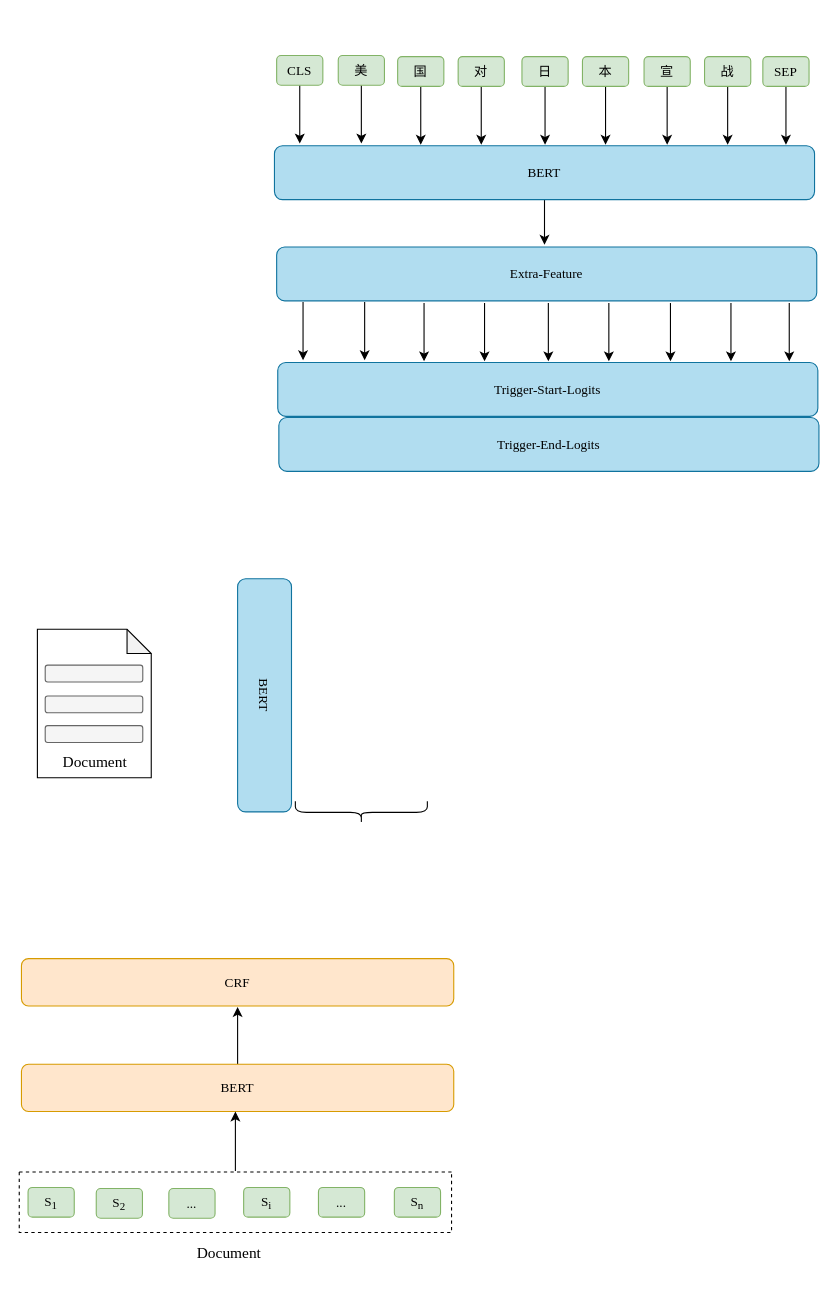
Above: page "第 2 页" (2 of 2) of 模型架构图.drawio in WindSearcher/draw_reposity (draw.io), before the change. Source tidied: cells renumbered, new cells numbered last; positions are measured from the earlier drawing's top-left corner, leaving out a move shared by most shapes. Both pictures are drawn from the tidied source at 110%, with x=0, y=0 at pixel (19, 55).
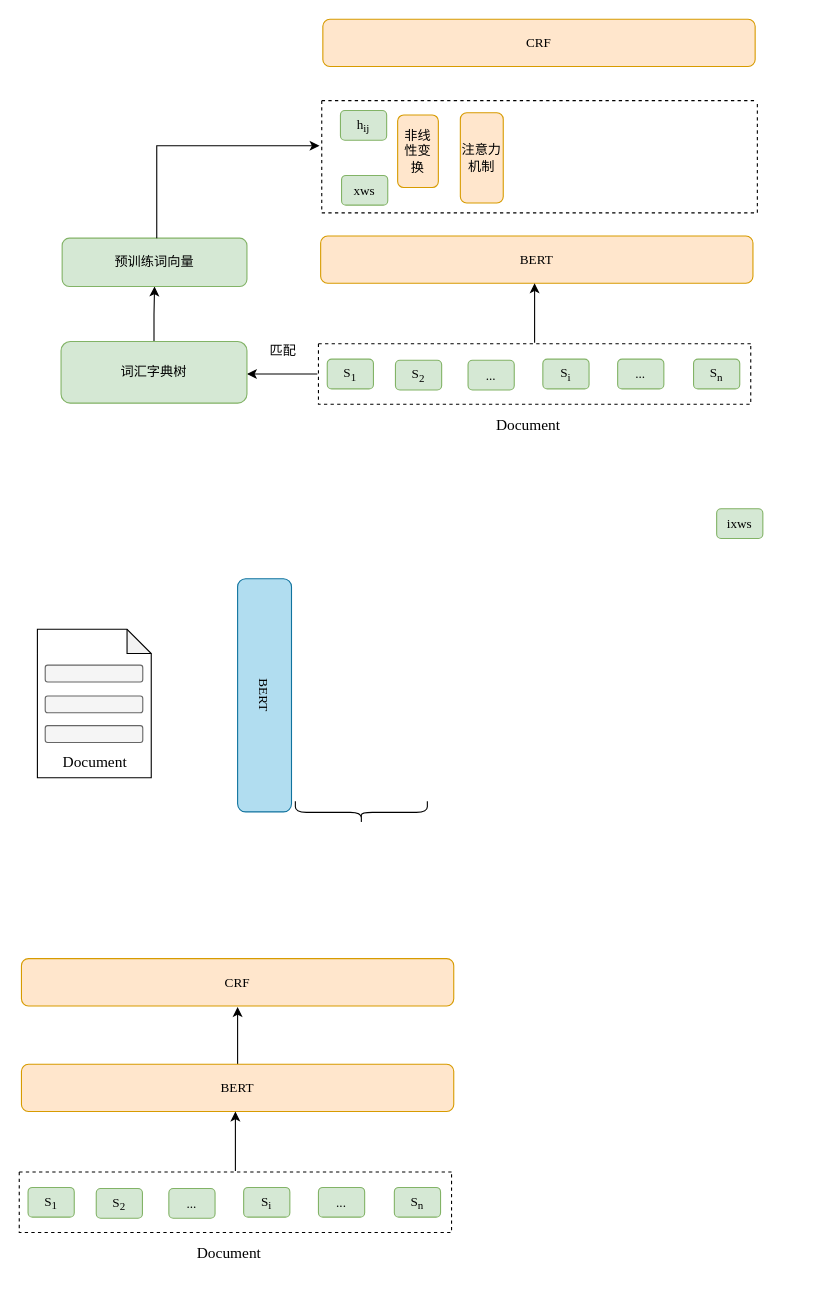
After the change.

Commit message:
模型架构图.drawio

The edit, as a diff of the source:
```diff
@@
-    <mxCell id="2" style="edgeStyle=orthogonalEdgeStyle;rounded=0;jettySize=auto;html=1;" parent="1" edge="1" source="3">
-      <mxGeometry relative="1" as="geometry">
-        <mxPoint x="477.5" y="172" as="targetPoint" />
-      </mxGeometry>
-    </mxCell>
-    <mxCell id="3" value="&lt;font face=&quot;Times New Roman&quot;&gt;BERT&lt;/font&gt;" style="rounded=1;whiteSpace=wrap;html=1;fillColor=#b1ddf0;strokeColor=#10739e;" parent="1" vertex="1">
-      <mxGeometry x="232" y="82" width="491" height="49" as="geometry" />
-    </mxCell>
-    <mxCell id="4" style="edgeStyle=orthogonalEdgeStyle;rounded=0;jettySize=auto;html=1;" parent="1" edge="1" source="5">
-      <mxGeometry relative="1" as="geometry">
-        <mxPoint x="255" y="80" as="targetPoint" />
-      </mxGeometry>
-    </mxCell>
-    <mxCell id="5" value="&lt;font face=&quot;Times New Roman&quot;&gt;CLS&lt;/font&gt;" style="rounded=1;whiteSpace=wrap;html=1;fillColor=#d5e8d4;strokeColor=#82b366;" parent="1" vertex="1">
-      <mxGeometry x="234" width="42" height="27" as="geometry" />
-    </mxCell>
-    <mxCell id="6" style="edgeStyle=orthogonalEdgeStyle;rounded=0;jettySize=auto;html=1;" parent="1" edge="1" source="7">
-      <mxGeometry relative="1" as="geometry">
-        <mxPoint x="311" y="80" as="targetPoint" />
-      </mxGeometry>
-    </mxCell>
-    <mxCell id="7" value="&lt;font face=&quot;Times New Roman&quot;&gt;美&lt;/font&gt;" style="rounded=1;whiteSpace=wrap;html=1;fillColor=#d5e8d4;strokeColor=#82b366;" parent="1" vertex="1">
-      <mxGeometry x="290" width="42" height="27" as="geometry" />
-    </mxCell>
-    <mxCell id="8" style="edgeStyle=orthogonalEdgeStyle;rounded=0;jettySize=auto;html=1;" parent="1" edge="1" source="9">
-      <mxGeometry relative="1" as="geometry">
-        <mxPoint x="365" y="81" as="targetPoint" />
-      </mxGeometry>
-    </mxCell>
-    <mxCell id="9" value="&lt;font face=&quot;Times New Roman&quot;&gt;国&lt;/font&gt;" style="rounded=1;whiteSpace=wrap;html=1;fillColor=#d5e8d4;strokeColor=#82b366;" parent="1" vertex="1">
-      <mxGeometry x="344" y="1" width="42" height="27" as="geometry" />
-    </mxCell>
-    <mxCell id="10" style="edgeStyle=orthogonalEdgeStyle;rounded=0;jettySize=auto;html=1;" parent="1" edge="1" source="11">
-      <mxGeometry relative="1" as="geometry">
-        <mxPoint x="420" y="81" as="targetPoint" />
-      </mxGeometry>
-    </mxCell>
-    <mxCell id="11" value="&lt;font face=&quot;Times New Roman&quot;&gt;对&lt;/font&gt;" style="rounded=1;whiteSpace=wrap;html=1;fillColor=#d5e8d4;strokeColor=#82b366;" parent="1" vertex="1">
-      <mxGeometry x="399" y="1" width="42" height="27" as="geometry" />
-    </mxCell>
-    <mxCell id="12" style="edgeStyle=orthogonalEdgeStyle;rounded=0;jettySize=auto;html=1;" parent="1" edge="1" source="13">
-      <mxGeometry relative="1" as="geometry">
-        <mxPoint x="478" y="81" as="targetPoint" />
-      </mxGeometry>
-    </mxCell>
-    <mxCell id="13" value="&lt;font face=&quot;Times New Roman&quot;&gt;日&lt;/font&gt;" style="rounded=1;whiteSpace=wrap;html=1;fillColor=#d5e8d4;strokeColor=#82b366;" parent="1" vertex="1">
-      <mxGeometry x="457" y="1" width="42" height="27" as="geometry" />
-    </mxCell>
-    <mxCell id="14" style="edgeStyle=orthogonalEdgeStyle;rounded=0;jettySize=auto;html=1;" parent="1" edge="1" source="15">
-      <mxGeometry relative="1" as="geometry">
-        <mxPoint x="533" y="81" as="targetPoint" />
-      </mxGeometry>
-    </mxCell>
-    <mxCell id="15" value="&lt;font face=&quot;Times New Roman&quot;&gt;本&lt;/font&gt;" style="rounded=1;whiteSpace=wrap;html=1;fillColor=#d5e8d4;strokeColor=#82b366;" parent="1" vertex="1">
-      <mxGeometry x="512" y="1" width="42" height="27" as="geometry" />
-    </mxCell>
-    <mxCell id="16" style="edgeStyle=orthogonalEdgeStyle;rounded=0;jettySize=auto;html=1;" parent="1" edge="1" source="17">
-      <mxGeometry relative="1" as="geometry">
-        <mxPoint x="589" y="81" as="targetPoint" />
-      </mxGeometry>
-    </mxCell>
-    <mxCell id="17" value="&lt;font face=&quot;Times New Roman&quot;&gt;宣&lt;/font&gt;" style="rounded=1;whiteSpace=wrap;html=1;fillColor=#d5e8d4;strokeColor=#82b366;" parent="1" vertex="1">
-      <mxGeometry x="568" y="1" width="42" height="27" as="geometry" />
-    </mxCell>
-    <mxCell id="18" style="edgeStyle=orthogonalEdgeStyle;rounded=0;jettySize=auto;html=1;" parent="1" edge="1" source="19">
-      <mxGeometry relative="1" as="geometry">
-        <mxPoint x="644" y="81" as="targetPoint" />
-      </mxGeometry>
-    </mxCell>
-    <mxCell id="19" value="&lt;font face=&quot;Times New Roman&quot;&gt;战&lt;/font&gt;" style="rounded=1;whiteSpace=wrap;html=1;fillColor=#d5e8d4;strokeColor=#82b366;" parent="1" vertex="1">
-      <mxGeometry x="623" y="1" width="42" height="27" as="geometry" />
-    </mxCell>
-    <mxCell id="20" style="edgeStyle=orthogonalEdgeStyle;rounded=0;jettySize=auto;html=1;" parent="1" edge="1" source="21">
-      <mxGeometry relative="1" as="geometry">
-        <mxPoint x="697" y="81" as="targetPoint" />
-      </mxGeometry>
-    </mxCell>
-    <mxCell id="21" value="&lt;font face=&quot;Times New Roman&quot;&gt;SEP&lt;/font&gt;" style="rounded=1;whiteSpace=wrap;html=1;fillColor=#d5e8d4;strokeColor=#82b366;" parent="1" vertex="1">
-      <mxGeometry x="676" y="1" width="42" height="27" as="geometry" />
-    </mxCell>
-    <mxCell id="22" value="&lt;font face=&quot;Times New Roman&quot;&gt;Extra-Feature&lt;/font&gt;" style="rounded=1;whiteSpace=wrap;html=1;fillColor=#b1ddf0;strokeColor=#10739e;" parent="1" vertex="1">
-      <mxGeometry x="234" y="174" width="491" height="49" as="geometry" />
-    </mxCell>
-    <mxCell id="23" value="&lt;font face=&quot;Times New Roman&quot;&gt;Trigger-Start-Logits&lt;/font&gt;" style="rounded=1;whiteSpace=wrap;html=1;fillColor=#b1ddf0;strokeColor=#10739e;" parent="1" vertex="1">
-      <mxGeometry x="235" y="279" width="491" height="49" as="geometry" />
-    </mxCell>
-    <mxCell id="24" style="edgeStyle=orthogonalEdgeStyle;rounded=0;orthogonalLoop=1;jettySize=auto;html=1;" parent="1" edge="1">
-      <mxGeometry relative="1" as="geometry">
-        <mxPoint x="258" y="224" as="sourcePoint" />
-        <mxPoint x="258" y="277" as="targetPoint" />
-      </mxGeometry>
-    </mxCell>
-    <mxCell id="25" style="edgeStyle=orthogonalEdgeStyle;rounded=0;orthogonalLoop=1;jettySize=auto;html=1;" parent="1" edge="1">
-      <mxGeometry relative="1" as="geometry">
-        <mxPoint x="314" y="224" as="sourcePoint" />
-        <mxPoint x="314" y="277" as="targetPoint" />
-      </mxGeometry>
-    </mxCell>
-    <mxCell id="26" style="edgeStyle=orthogonalEdgeStyle;rounded=0;orthogonalLoop=1;jettySize=auto;html=1;" parent="1" edge="1">
-      <mxGeometry relative="1" as="geometry">
-        <mxPoint x="368" y="225" as="sourcePoint" />
-        <mxPoint x="368" y="278" as="targetPoint" />
-      </mxGeometry>
-    </mxCell>
-    <mxCell id="27" style="edgeStyle=orthogonalEdgeStyle;rounded=0;orthogonalLoop=1;jettySize=auto;html=1;" parent="1" edge="1">
-      <mxGeometry relative="1" as="geometry">
-        <mxPoint x="423" y="225" as="sourcePoint" />
-        <mxPoint x="423" y="278" as="targetPoint" />
-      </mxGeometry>
-    </mxCell>
-    <mxCell id="28" style="edgeStyle=orthogonalEdgeStyle;rounded=0;orthogonalLoop=1;jettySize=auto;html=1;" parent="1" edge="1">
-      <mxGeometry relative="1" as="geometry">
-        <mxPoint x="481" y="225" as="sourcePoint" />
-        <mxPoint x="481" y="278" as="targetPoint" />
-      </mxGeometry>
-    </mxCell>
-    <mxCell id="29" style="edgeStyle=orthogonalEdgeStyle;rounded=0;orthogonalLoop=1;jettySize=auto;html=1;" parent="1" edge="1">
-      <mxGeometry relative="1" as="geometry">
-        <mxPoint x="536" y="225" as="sourcePoint" />
-        <mxPoint x="536" y="278" as="targetPoint" />
-      </mxGeometry>
-    </mxCell>
-    <mxCell id="30" style="edgeStyle=orthogonalEdgeStyle;rounded=0;orthogonalLoop=1;jettySize=auto;html=1;" parent="1" edge="1">
-      <mxGeometry relative="1" as="geometry">
-        <mxPoint x="592" y="225" as="sourcePoint" />
-        <mxPoint x="592" y="278" as="targetPoint" />
-      </mxGeometry>
-    </mxCell>
-    <mxCell id="31" style="edgeStyle=orthogonalEdgeStyle;rounded=0;orthogonalLoop=1;jettySize=auto;html=1;" parent="1" edge="1">
-      <mxGeometry relative="1" as="geometry">
-        <mxPoint x="647" y="225" as="sourcePoint" />
-        <mxPoint x="647" y="278" as="targetPoint" />
-      </mxGeometry>
-    </mxCell>
-    <mxCell id="32" style="edgeStyle=orthogonalEdgeStyle;rounded=0;orthogonalLoop=1;jettySize=auto;html=1;" parent="1" edge="1">
-      <mxGeometry relative="1" as="geometry">
-        <mxPoint x="700" y="225" as="sourcePoint" />
-        <mxPoint x="700" y="278" as="targetPoint" />
-      </mxGeometry>
-    </mxCell>
-    <mxCell id="33" value="&lt;font face=&quot;Times New Roman&quot;&gt;Trigger-End-Logits&lt;/font&gt;" style="rounded=1;whiteSpace=wrap;html=1;fillColor=#b1ddf0;strokeColor=#10739e;" parent="1" vertex="1">
-      <mxGeometry x="236" y="329" width="491" height="49" as="geometry" />
-    </mxCell>
@@
+    <mxCell id="53" value="&lt;font style=&quot;font-size: 14px;&quot; face=&quot;Times New Roman&quot;&gt;Document&lt;/font&gt;" style="text;strokeColor=none;align=center;fillColor=none;html=1;verticalAlign=middle;whiteSpace=wrap;rounded=0;" parent="1" vertex="1">
+      <mxGeometry x="433" y="322" width="60" height="30" as="geometry" />
+    </mxCell>
+    <mxCell id="3" value="&lt;font face=&quot;Times New Roman&quot;&gt;BERT&lt;/font&gt;" style="rounded=1;whiteSpace=wrap;html=1;fillColor=#ffe6cc;strokeColor=#d79b00;rotation=0;" parent="1" vertex="1">
+      <mxGeometry x="274" y="164" width="393" height="43" as="geometry" />
+    </mxCell>
+    <mxCell id="54" value="&lt;font face=&quot;Times New Roman&quot;&gt;S&lt;sub&gt;1&lt;/sub&gt;&lt;/font&gt;" style="rounded=1;whiteSpace=wrap;html=1;fillColor=#d5e8d4;strokeColor=#82b366;" parent="1" vertex="1">
+      <mxGeometry x="280" y="276" width="42" height="27" as="geometry" />
+    </mxCell>
+    <mxCell id="55" value="&lt;font face=&quot;Times New Roman&quot;&gt;S&lt;sub&gt;2&lt;/sub&gt;&lt;/font&gt;" style="rounded=1;whiteSpace=wrap;html=1;fillColor=#d5e8d4;strokeColor=#82b366;" parent="1" vertex="1">
+      <mxGeometry x="342" y="277" width="42" height="27" as="geometry" />
+    </mxCell>
+    <mxCell id="56" value="&lt;font face=&quot;Times New Roman&quot;&gt;...&lt;/font&gt;" style="rounded=1;whiteSpace=wrap;html=1;fillColor=#d5e8d4;strokeColor=#82b366;" parent="1" vertex="1">
+      <mxGeometry x="408" y="277" width="42" height="27" as="geometry" />
+    </mxCell>
+    <mxCell id="57" value="&lt;font face=&quot;Times New Roman&quot;&gt;S&lt;sub&gt;i&lt;/sub&gt;&lt;/font&gt;" style="rounded=1;whiteSpace=wrap;html=1;fillColor=#d5e8d4;strokeColor=#82b366;" parent="1" vertex="1">
+      <mxGeometry x="476" y="276" width="42" height="27" as="geometry" />
+    </mxCell>
+    <mxCell id="58" value="&lt;font face=&quot;Times New Roman&quot;&gt;S&lt;sub&gt;n&lt;/sub&gt;&lt;/font&gt;" style="rounded=1;whiteSpace=wrap;html=1;fillColor=#d5e8d4;strokeColor=#82b366;" parent="1" vertex="1">
+      <mxGeometry x="613" y="276" width="42" height="27" as="geometry" />
+    </mxCell>
+    <mxCell id="59" value="&lt;font face=&quot;Times New Roman&quot;&gt;...&lt;/font&gt;" style="rounded=1;whiteSpace=wrap;html=1;fillColor=#d5e8d4;strokeColor=#82b366;" parent="1" vertex="1">
+      <mxGeometry x="544" y="276" width="42" height="27" as="geometry" />
+    </mxCell>
+    <mxCell id="60" style="edgeStyle=orthogonalEdgeStyle;rounded=0;jettySize=auto;html=1;" parent="1" edge="1" source="62">
+      <mxGeometry relative="1" as="geometry">
+        <mxPoint x="468.5" y="207" as="targetPoint" />
+      </mxGeometry>
+    </mxCell>
+    <mxCell id="61" style="edgeStyle=orthogonalEdgeStyle;rounded=0;jettySize=auto;html=1;exitX=0;exitY=0.5;exitDx=0;exitDy=0;" parent="1" edge="1" source="62">
+      <mxGeometry relative="1" as="geometry">
+        <mxPoint x="207" y="289.5" as="targetPoint" />
+      </mxGeometry>
+    </mxCell>
+    <mxCell id="62" style="swimlane;startSize=0;fontFamily=Times New Roman;fontSize=1;fontStyle=0;strokeColor=#000000;dashed=1;perimeterSpacing=1;fillColor=#f8cecc;gradientColor=#ea6b66;swimlaneLine=1;" parent="1" vertex="1">
+      <mxGeometry x="272" y="262" width="393" height="55" as="geometry" />
+    </mxCell>
+    <mxCell id="63" value="&lt;font face=&quot;Times New Roman&quot;&gt;CRF&lt;/font&gt;" style="rounded=1;whiteSpace=wrap;html=1;fillColor=#ffe6cc;strokeColor=#d79b00;rotation=0;" parent="1" vertex="1">
+      <mxGeometry x="276" y="-33" width="393" height="43" as="geometry" />
+    </mxCell>
+    <mxCell id="64" style="edgeStyle=orthogonalEdgeStyle;rounded=0;jettySize=auto;html=1;entryX=0.5;entryY=1;entryDx=0;entryDy=0;" parent="1" edge="1" source="65" target="72">
+      <mxGeometry relative="1" as="geometry" />
+    </mxCell>
+    <mxCell id="65" value="&lt;font face=&quot;Times New Roman&quot;&gt;词汇字典树&lt;/font&gt;" style="rounded=1;whiteSpace=wrap;html=1;fillColor=#d5e8d4;strokeColor=#82b366;rotation=0;" parent="1" vertex="1">
+      <mxGeometry x="38" y="260" width="169" height="56" as="geometry" />
+    </mxCell>
+    <mxCell id="66" value="匹配" style="text;strokeColor=none;align=center;fillColor=none;html=1;verticalAlign=middle;whiteSpace=wrap;rounded=0;" parent="1" vertex="1">
+      <mxGeometry x="210" y="254" width="60" height="30" as="geometry" />
+    </mxCell>
+    <mxCell id="67" style="swimlane;startSize=0;fontFamily=Times New Roman;fontSize=1;fontStyle=0;strokeColor=#000000;dashed=1;perimeterSpacing=1;fillColor=#f8cecc;gradientColor=#ea6b66;swimlaneLine=1;" parent="1" vertex="1">
+      <mxGeometry x="275" y="41" width="396" height="102" as="geometry" />
+    </mxCell>
+    <mxCell id="68" value="&lt;font face=&quot;Times New Roman&quot;&gt;非线性变换&lt;/font&gt;" style="rounded=1;whiteSpace=wrap;html=1;fillColor=#ffe6cc;strokeColor=#d79b00;rotation=0;" parent="67" vertex="1">
+      <mxGeometry x="69" y="13" width="37" height="66" as="geometry" />
+    </mxCell>
+    <mxCell id="69" value="&lt;font face=&quot;Times New Roman&quot;&gt;注意力机制&lt;/font&gt;" style="rounded=1;whiteSpace=wrap;html=1;fillColor=#ffe6cc;strokeColor=#d79b00;rotation=0;" parent="67" vertex="1">
+      <mxGeometry x="126" y="11" width="39" height="82" as="geometry" />
+    </mxCell>
+    <mxCell id="70" value="&lt;font face=&quot;Times New Roman&quot;&gt;xws&lt;/font&gt;" style="rounded=1;whiteSpace=wrap;html=1;fillColor=#d5e8d4;strokeColor=#82b366;" parent="67" vertex="1">
+      <mxGeometry x="18" y="68" width="42" height="27" as="geometry" />
+    </mxCell>
+    <mxCell id="71" value="&lt;font face=&quot;Times New Roman&quot;&gt;h&lt;sub&gt;ij&lt;/sub&gt;&lt;/font&gt;" style="rounded=1;whiteSpace=wrap;html=1;fillColor=#d5e8d4;strokeColor=#82b366;" parent="67" vertex="1">
+      <mxGeometry x="17" y="9" width="42" height="27" as="geometry" />
+    </mxCell>
+    <mxCell id="72" value="&lt;font face=&quot;Times New Roman&quot;&gt;预训练词向量&lt;/font&gt;" style="rounded=1;whiteSpace=wrap;html=1;fillColor=#d5e8d4;strokeColor=#82b366;rotation=0;" parent="1" vertex="1">
+      <mxGeometry x="39" y="166" width="168" height="44" as="geometry" />
+    </mxCell>
+    <mxCell id="73" style="edgeStyle=orthogonalEdgeStyle;rounded=0;orthogonalLoop=1;jettySize=auto;html=1;" parent="1" edge="1">
+      <mxGeometry relative="1" as="geometry">
+        <mxPoint x="125" y="166" as="sourcePoint" />
+        <mxPoint x="273" y="82" as="targetPoint" />
+        <Array as="points">
+          <mxPoint x="125" y="82" />
+        </Array>
+      </mxGeometry>
+    </mxCell>
+    <mxCell id="74" value="&lt;div&gt;&lt;font face=&quot;Times New Roman&quot;&gt;ixws&lt;/font&gt;&lt;/div&gt;" style="rounded=1;whiteSpace=wrap;html=1;fillColor=#d5e8d4;strokeColor=#82b366;" parent="1" vertex="1">
+      <mxGeometry x="634" y="412" width="42" height="27" as="geometry" />
+    </mxCell>
```
